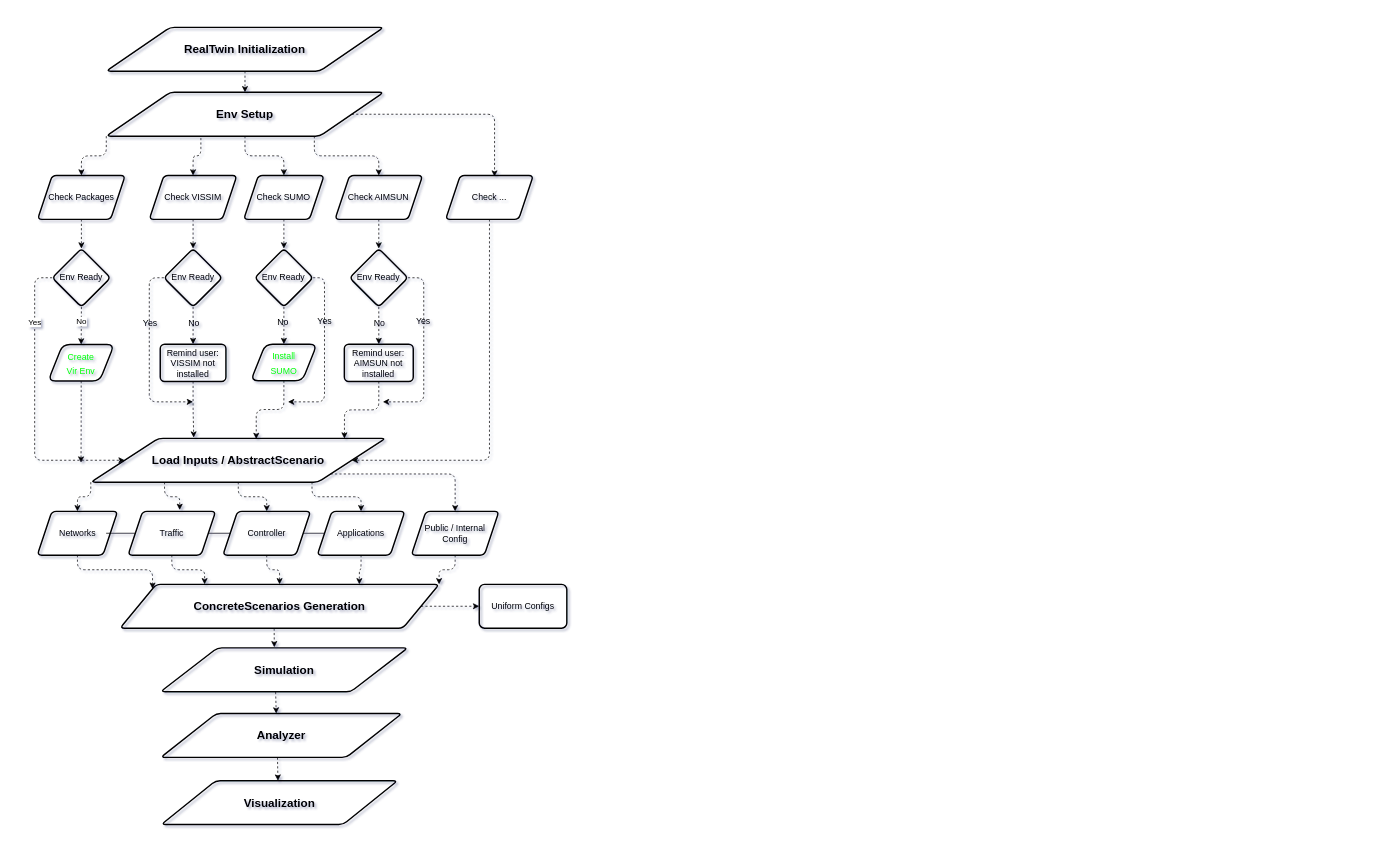
ORNL-Real-Sim/Real-Twin keeps this draw.io diagram as docs/realtwin_dev_framework.drawio. Above is the earlier version. Source tidied: cells renumbered, new cells numbered last; positions are measured from the earlier drawing's top-left corner, leaving out a move shared by most shapes. Both pictures are drawn from the tidied source at 73%, with x=0, y=0 at pixel (34, 27).
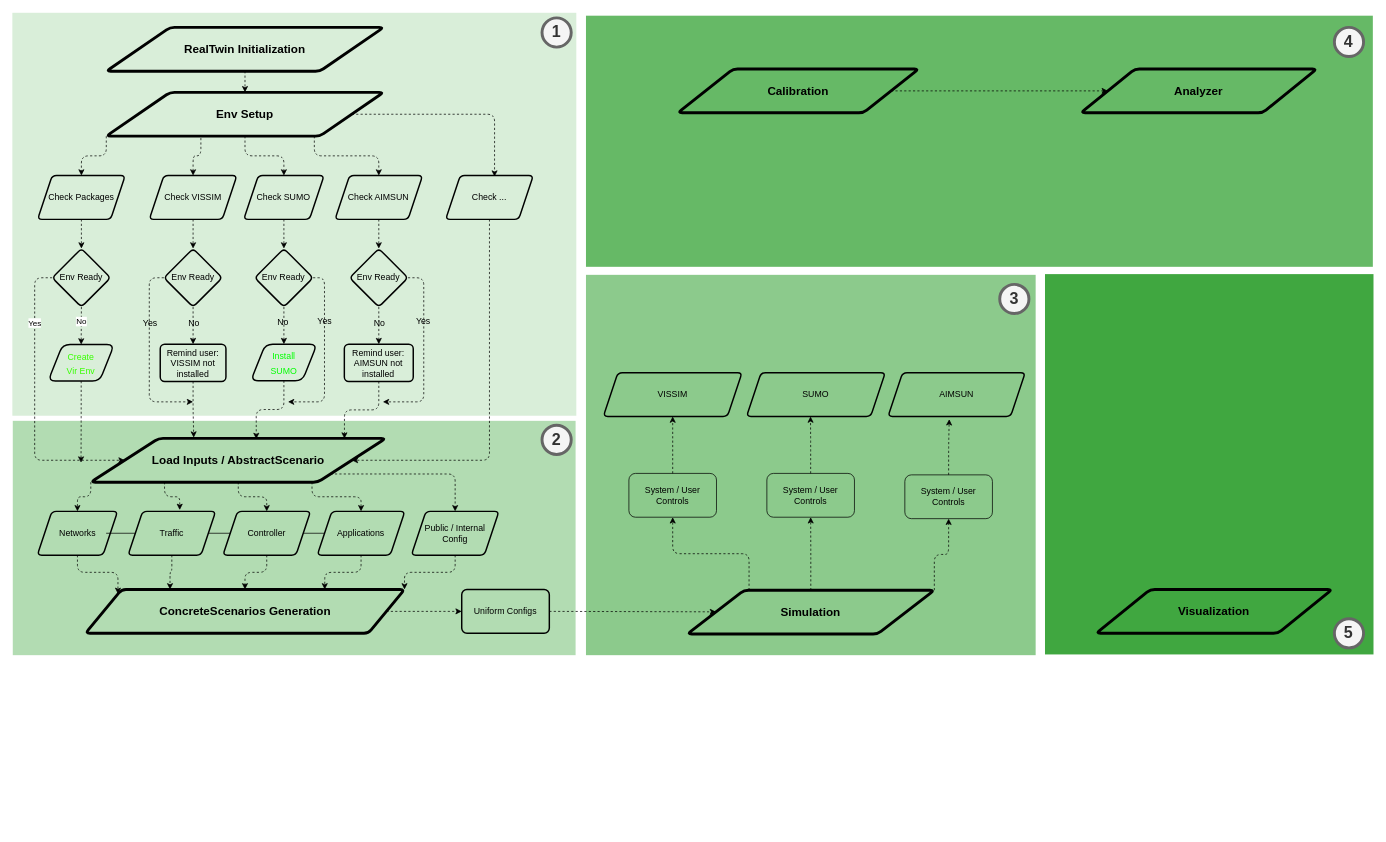
After the change.

The change refers to these unchanged cells:
```xml
<mxCell id="37" style="edgeStyle=orthogonalEdgeStyle;html=1;dashed=1;fontSize=16;endArrow=classic;endFill=1;" parent="1" edge="1" source="41" target="43">
  <mxGeometry relative="1" as="geometry" />
</mxCell>
<mxCell id="68" style="edgeStyle=orthogonalEdgeStyle;html=1;exitX=0;exitY=0.5;exitDx=0;exitDy=0;entryX=0;entryY=0.5;entryDx=0;entryDy=0;dashed=1;" parent="1" edge="1" source="70" target="13">
  <mxGeometry relative="1" as="geometry">
    <Array as="points">
      <mxPoint y="343" />
      <mxPoint y="593" />
    </Array>
  </mxGeometry>
</mxCell>
```

Change to the diagram source:
```diff
@@
-<mxGraphModel shadow="1">
+<mxGraphModel>
@@
+    <mxCell id="76" style="rounded=0;whiteSpace=wrap;html=1;strokeWidth=4;fillColor=#008a00;fontColor=#ffffff;strokeColor=none;opacity=15;" parent="1" vertex="1">
+      <mxGeometry x="-30.6" y="-20" width="772.6" height="552" as="geometry" />
+    </mxCell>
+    <mxCell id="77" style="rounded=0;whiteSpace=wrap;html=1;strokeWidth=4;fillColor=#008a00;fontColor=#ffffff;strokeColor=none;opacity=75;" parent="1" vertex="1">
+      <mxGeometry x="1384" y="338" width="450" height="521" as="geometry" />
+    </mxCell>
+    <mxCell id="78" style="rounded=0;whiteSpace=wrap;html=1;strokeWidth=4;fillColor=#008a00;fontColor=#ffffff;strokeColor=none;opacity=60;" parent="1" vertex="1">
+      <mxGeometry x="755.2" y="-16" width="1077.9" height="344" as="geometry" />
+    </mxCell>
+    <mxCell id="79" style="rounded=0;whiteSpace=wrap;html=1;strokeWidth=4;fillColor=#008a00;fontColor=#ffffff;strokeColor=none;opacity=30;" parent="1" vertex="1">
+      <mxGeometry x="-30" y="539" width="771" height="321" as="geometry" />
+    </mxCell>
+    <mxCell id="80" style="rounded=0;whiteSpace=wrap;html=1;strokeWidth=4;fillColor=#008a00;fontColor=#ffffff;strokeColor=none;opacity=45;" parent="1" vertex="1">
+      <mxGeometry x="755.2" y="339" width="616" height="521" as="geometry" />
+    </mxCell>
@@
-    <mxCell id="13" value="&lt;b&gt;&lt;font style=&quot;font-size: 16px;&quot;&gt;Load Inputs / AbstractScenario&lt;/font&gt;&lt;/b&gt;" style="shape=parallelogram;html=1;strokeWidth=2;perimeter=parallelogramPerimeter;whiteSpace=wrap;rounded=1;arcSize=12;size=0.23;fillColor=none;" parent="1" vertex="1">
+    <mxCell id="13" value="&lt;b&gt;&lt;font style=&quot;font-size: 16px;&quot;&gt;Load Inputs / AbstractScenario&lt;/font&gt;&lt;/b&gt;" style="shape=parallelogram;html=1;strokeWidth=4;perimeter=parallelogramPerimeter;whiteSpace=wrap;rounded=1;arcSize=12;size=0.23;fillColor=none;" parent="1" vertex="1">
       <mxGeometry x="76.9" y="563" width="404" height="60" as="geometry" />
     </mxCell>
@@
     <mxCell id="38" value="&lt;font style=&quot;font-size: 12px;&quot;&gt;No&lt;/font&gt;" style="edgeLabel;html=1;align=center;verticalAlign=middle;fontSize=16;backgroundOutline=0;labelBackgroundColor=none;" parent="37" vertex="1">
       <mxGeometry x="0.21" y="1" relative="1" as="geometry">
-        <mxPoint x="-1" y="-11" as="offset" />
+        <mxPoint x="-1" y="-12" as="offset" />
       </mxGeometry>
     </mxCell>
@@
-    <mxCell id="46" style="edgeStyle=none;html=1;exitX=0.483;exitY=1.009;exitDx=0;exitDy=0;entryX=0.46;entryY=-0.013;entryDx=0;entryDy=0;entryPerimeter=0;dashed=1;exitPerimeter=0;" parent="1" edge="1" source="48" target="50">
-      <mxGeometry relative="1" as="geometry" />
-    </mxCell>
@@
-    <mxCell id="48" value="&lt;b&gt;&lt;font style=&quot;font-size: 16px;&quot;&gt;ConcreteScenarios Generation&lt;/font&gt;&lt;/b&gt;" style="shape=parallelogram;html=1;strokeWidth=2;perimeter=parallelogramPerimeter;whiteSpace=wrap;rounded=1;arcSize=12;size=0.11327231121281466;fillColor=none;" parent="1" vertex="1">
-      <mxGeometry x="117" y="763" width="437" height="60" as="geometry" />
+    <mxCell id="48" value="&lt;b&gt;&lt;font style=&quot;font-size: 16px;&quot;&gt;ConcreteScenarios Generation&lt;/font&gt;&lt;/b&gt;" style="shape=parallelogram;html=1;strokeWidth=4;perimeter=parallelogramPerimeter;whiteSpace=wrap;rounded=1;arcSize=12;size=0.11327231121281466;fillColor=none;" parent="1" vertex="1">
+      <mxGeometry x="69.6" y="770" width="437" height="60" as="geometry" />
     </mxCell>
-    <mxCell id="49" style="edgeStyle=none;html=1;exitX=0.486;exitY=1.008;exitDx=0;exitDy=0;entryX=0.5;entryY=0;entryDx=0;entryDy=0;dashed=1;exitPerimeter=0;" parent="1" edge="1">
-      <mxGeometry relative="1" as="geometry">
-        <mxPoint x="330.1" y="910.5" as="sourcePoint" />
-        <mxPoint x="330.9" y="940" as="targetPoint" />
-      </mxGeometry>
-    </mxCell>
-    <mxCell id="50" value="&lt;b&gt;&lt;font style=&quot;font-size: 16px;&quot;&gt;Simulation&lt;/font&gt;&lt;/b&gt;" style="shape=parallelogram;html=1;strokeWidth=2;perimeter=parallelogramPerimeter;whiteSpace=wrap;rounded=1;arcSize=12;size=0.23;fillColor=none;" parent="1" vertex="1">
-      <mxGeometry x="172.6" y="850" width="338.4" height="60" as="geometry" />
-    </mxCell>
-    <mxCell id="51" style="edgeStyle=none;html=1;exitX=0.49;exitY=1.004;exitDx=0;exitDy=0;entryX=0.5;entryY=0;entryDx=0;entryDy=0;dashed=1;exitPerimeter=0;" parent="1" edge="1">
-      <mxGeometry relative="1" as="geometry">
-        <mxPoint x="332.6" y="1000.2" as="sourcePoint" />
-        <mxPoint x="333.3" y="1032" as="targetPoint" />
-      </mxGeometry>
-    </mxCell>
-    <mxCell id="52" value="&lt;b&gt;&lt;font style=&quot;font-size: 16px;&quot;&gt;Analyzer&lt;/font&gt;&lt;/b&gt;" style="shape=parallelogram;html=1;strokeWidth=2;perimeter=parallelogramPerimeter;whiteSpace=wrap;rounded=1;arcSize=12;size=0.23;fillColor=none;" parent="1" vertex="1">
-      <mxGeometry x="172.9" y="940" width="330.1" height="60" as="geometry" />
-    </mxCell>
-    <mxCell id="53" value="&lt;b&gt;&lt;font style=&quot;font-size: 16px;&quot;&gt;Visualization&lt;/font&gt;&lt;/b&gt;" style="shape=parallelogram;html=1;strokeWidth=2;perimeter=parallelogramPerimeter;whiteSpace=wrap;rounded=1;arcSize=12;size=0.23;fillColor=none;" parent="1" vertex="1">
-      <mxGeometry x="173.6" y="1032" width="323.4" height="60" as="geometry" />
-    </mxCell>
@@
-    <mxCell id="59" value="&lt;b&gt;&lt;font style=&quot;font-size: 16px;&quot;&gt;Env Setup&lt;/font&gt;&lt;/b&gt;" style="shape=parallelogram;html=1;strokeWidth=2;perimeter=parallelogramPerimeter;whiteSpace=wrap;rounded=1;arcSize=12;size=0.23;fillColor=none;" parent="1" vertex="1">
+    <mxCell id="59" value="&lt;b&gt;&lt;font style=&quot;font-size: 16px;&quot;&gt;Env Setup&lt;/font&gt;&lt;/b&gt;" style="shape=parallelogram;html=1;strokeWidth=4;perimeter=parallelogramPerimeter;whiteSpace=wrap;rounded=1;arcSize=12;size=0.23;fillColor=none;" parent="1" vertex="1">
       <mxGeometry x="98.1" y="89" width="380" height="60" as="geometry" />
     </mxCell>
@@
-    <mxCell id="61" value="&lt;b&gt;&lt;font style=&quot;font-size: 16px;&quot;&gt;RealTwin Initialization&lt;/font&gt;&lt;/b&gt;" style="shape=parallelogram;html=1;strokeWidth=2;perimeter=parallelogramPerimeter;whiteSpace=wrap;rounded=1;arcSize=12;size=0.23;fillColor=none;" parent="1" vertex="1">
+    <mxCell id="61" value="&lt;b&gt;&lt;font style=&quot;font-size: 16px;&quot;&gt;RealTwin Initialization&lt;/font&gt;&lt;/b&gt;" style="shape=parallelogram;html=1;strokeWidth=4;perimeter=parallelogramPerimeter;whiteSpace=wrap;rounded=1;arcSize=12;size=0.23;fillColor=none;" parent="1" vertex="1">
       <mxGeometry x="98.1" width="380" height="60" as="geometry" />
     </mxCell>
@@
     <mxCell id="69" value="Yes" style="edgeLabel;html=1;align=center;verticalAlign=middle;" parent="68" vertex="1">
       <mxGeometry x="-0.29" relative="1" as="geometry">
-        <mxPoint x="-1" y="-57" as="offset" />
+        <mxPoint x="-1" y="-56" as="offset" />
       </mxGeometry>
     </mxCell>
@@
-    <mxCell id="72" value="&lt;span style=&quot;font-size: 12px;&quot;&gt;&lt;font color=&quot;#00ff00&quot;&gt;Create &lt;br&gt;Vir Env&lt;/font&gt;&lt;/span&gt;" style="shape=parallelogram;perimeter=parallelogramPerimeter;whiteSpace=wrap;html=1;fixedSize=1;fontSize=16;fillColor=none;rounded=1;strokeWidth=2;" parent="1" vertex="1">
+    <mxCell id="72" value="&lt;span style=&quot;font-size: 12px;&quot;&gt;&lt;font color=&quot;#37ff00&quot;&gt;Create &lt;br&gt;Vir Env&lt;/font&gt;&lt;/span&gt;" style="shape=parallelogram;perimeter=parallelogramPerimeter;whiteSpace=wrap;html=1;fixedSize=1;fontSize=16;fillColor=none;rounded=1;strokeWidth=2;" parent="1" vertex="1">
       <mxGeometry x="18.4" y="434.5" width="90.6" height="50" as="geometry" />
     </mxCell>
@@
+    <mxCell id="81" style="edgeStyle=none;html=1;exitX=1;exitY=0.5;exitDx=0;exitDy=0;dashed=1;" parent="1" edge="1" source="75" target="50">
+      <mxGeometry relative="1" as="geometry" />
+    </mxCell>
     <mxCell id="75" value="Uniform Configs" style="whiteSpace=wrap;html=1;fillColor=none;strokeWidth=2;rounded=1;arcSize=12;" parent="1" vertex="1">
-      <mxGeometry x="609" y="763" width="120" height="60" as="geometry" />
+      <mxGeometry x="585" y="770" width="120" height="60" as="geometry" />
     </mxCell>
+    <mxCell id="82" style="edgeStyle=orthogonalEdgeStyle;html=1;exitX=0.25;exitY=0;exitDx=0;exitDy=0;dashed=1;" parent="1" edge="1" source="50" target="91">
+      <mxGeometry relative="1" as="geometry" />
+    </mxCell>
+    <mxCell id="83" style="edgeStyle=orthogonalEdgeStyle;html=1;exitX=1;exitY=0;exitDx=0;exitDy=0;entryX=0.5;entryY=1;entryDx=0;entryDy=0;dashed=1;" parent="1" edge="1" source="50" target="95">
+      <mxGeometry relative="1" as="geometry" />
+    </mxCell>
+    <mxCell id="84" style="edgeStyle=orthogonalEdgeStyle;html=1;exitX=0.5;exitY=0;exitDx=0;exitDy=0;entryX=0.5;entryY=1;entryDx=0;entryDy=0;dashed=1;" parent="1" edge="1" source="50" target="93">
+      <mxGeometry relative="1" as="geometry" />
+    </mxCell>
+    <mxCell id="50" value="&lt;b&gt;&lt;font style=&quot;font-size: 16px;&quot;&gt;Simulation&lt;/font&gt;&lt;/b&gt;" style="shape=parallelogram;html=1;strokeWidth=4;perimeter=parallelogramPerimeter;whiteSpace=wrap;rounded=1;arcSize=12;size=0.23;fillColor=none;" parent="1" vertex="1">
+      <mxGeometry x="894" y="771" width="338.4" height="60" as="geometry" />
+    </mxCell>
+    <mxCell id="85" value="SUMO" style="shape=parallelogram;perimeter=parallelogramPerimeter;whiteSpace=wrap;html=1;fixedSize=1;strokeWidth=2;rounded=1;arcSize=12;fillColor=none;" parent="1" vertex="1">
+      <mxGeometry x="975.2" y="473" width="190" height="60" as="geometry" />
+    </mxCell>
+    <mxCell id="86" value="VISSIM" style="shape=parallelogram;perimeter=parallelogramPerimeter;whiteSpace=wrap;html=1;fixedSize=1;strokeWidth=2;rounded=1;arcSize=12;fillColor=none;" parent="1" vertex="1">
+      <mxGeometry x="779" y="473" width="190" height="60" as="geometry" />
+    </mxCell>
+    <mxCell id="87" value="AIMSUN" style="shape=parallelogram;perimeter=parallelogramPerimeter;whiteSpace=wrap;html=1;fixedSize=1;strokeWidth=2;rounded=1;arcSize=12;fillColor=none;" parent="1" vertex="1">
+      <mxGeometry x="1169" y="473" width="187.9" height="60" as="geometry" />
+    </mxCell>
+    <mxCell id="88" style="edgeStyle=none;html=1;exitX=1;exitY=0.5;exitDx=0;exitDy=0;entryX=0;entryY=0.5;entryDx=0;entryDy=0;dashed=1;" parent="1" edge="1" source="89" target="52">
+      <mxGeometry relative="1" as="geometry" />
+    </mxCell>
+    <mxCell id="89" value="&lt;b&gt;&lt;font style=&quot;font-size: 16px;&quot;&gt;Calibration&lt;/font&gt;&lt;/b&gt;" style="shape=parallelogram;html=1;strokeWidth=4;perimeter=parallelogramPerimeter;whiteSpace=wrap;rounded=1;arcSize=12;size=0.23;fillColor=none;" parent="1" vertex="1">
+      <mxGeometry x="881" y="57" width="330.1" height="60" as="geometry" />
+    </mxCell>
+    <mxCell id="52" value="&lt;b&gt;&lt;font style=&quot;font-size: 16px;&quot;&gt;Analyzer&lt;/font&gt;&lt;/b&gt;" style="shape=parallelogram;html=1;strokeWidth=4;perimeter=parallelogramPerimeter;whiteSpace=wrap;rounded=1;arcSize=12;size=0.23;fillColor=none;" parent="1" vertex="1">
+      <mxGeometry x="1433" y="57" width="323.4" height="60" as="geometry" />
+    </mxCell>
+    <mxCell id="53" value="&lt;b&gt;&lt;font style=&quot;font-size: 16px;&quot;&gt;Visualization&lt;/font&gt;&lt;/b&gt;" style="shape=parallelogram;html=1;strokeWidth=4;perimeter=parallelogramPerimeter;whiteSpace=wrap;rounded=1;arcSize=12;size=0.23;fillColor=none;" parent="1" vertex="1">
+      <mxGeometry x="1454" y="770" width="323.4" height="60" as="geometry" />
+    </mxCell>
+    <mxCell id="90" style="edgeStyle=orthogonalEdgeStyle;html=1;exitX=0.5;exitY=0;exitDx=0;exitDy=0;entryX=0.5;entryY=1;entryDx=0;entryDy=0;dashed=1;" parent="1" edge="1" source="91" target="86">
+      <mxGeometry relative="1" as="geometry" />
+    </mxCell>
+    <mxCell id="91" value="System / User Controls" style="rounded=1;whiteSpace=wrap;html=1;fillColor=none;" parent="1" vertex="1">
+      <mxGeometry x="814" y="611" width="120" height="60" as="geometry" />
+    </mxCell>
+    <mxCell id="92" style="edgeStyle=orthogonalEdgeStyle;html=1;exitX=0.5;exitY=0;exitDx=0;exitDy=0;entryX=0.461;entryY=1;entryDx=0;entryDy=0;entryPerimeter=0;dashed=1;" parent="1" edge="1" source="93" target="85">
+      <mxGeometry relative="1" as="geometry" />
+    </mxCell>
+    <mxCell id="93" value="System / User Controls" style="rounded=1;whiteSpace=wrap;html=1;fillColor=none;" parent="1" vertex="1">
+      <mxGeometry x="1003" y="611" width="120" height="60" as="geometry" />
+    </mxCell>
+    <mxCell id="94" style="edgeStyle=orthogonalEdgeStyle;html=1;exitX=0.5;exitY=0;exitDx=0;exitDy=0;entryX=0.446;entryY=1.063;entryDx=0;entryDy=0;entryPerimeter=0;dashed=1;" parent="1" edge="1" source="95" target="87">
+      <mxGeometry relative="1" as="geometry" />
+    </mxCell>
+    <mxCell id="95" value="System / User Controls" style="rounded=1;whiteSpace=wrap;html=1;fillColor=none;" parent="1" vertex="1">
+      <mxGeometry x="1192" y="613" width="120" height="60" as="geometry" />
+    </mxCell>
+    <mxCell id="96" value="&lt;b&gt;&lt;font style=&quot;font-size: 22px;&quot;&gt;1&lt;/font&gt;&lt;/b&gt;" style="ellipse;whiteSpace=wrap;html=1;sketch=0;strokeWidth=4;fontColor=#333333;fillColor=#f5f5f5;strokeColor=#666666;" parent="1" vertex="1">
+      <mxGeometry x="695" y="-13" width="40" height="40" as="geometry" />
+    </mxCell>
+    <mxCell id="97" value="&lt;b&gt;&lt;font style=&quot;font-size: 22px;&quot;&gt;2&lt;/font&gt;&lt;/b&gt;" style="ellipse;whiteSpace=wrap;html=1;sketch=0;strokeWidth=4;fontColor=#333333;fillColor=#f5f5f5;strokeColor=#666666;" parent="1" vertex="1">
+      <mxGeometry x="695" y="545" width="40" height="40" as="geometry" />
+    </mxCell>
+    <mxCell id="98" value="&lt;b&gt;&lt;font style=&quot;font-size: 22px;&quot;&gt;5&lt;/font&gt;&lt;/b&gt;" style="ellipse;whiteSpace=wrap;html=1;sketch=0;strokeWidth=4;fontColor=#333333;fillColor=#f5f5f5;strokeColor=#666666;" parent="1" vertex="1">
+      <mxGeometry x="1780.4" y="810" width="40" height="40" as="geometry" />
+    </mxCell>
+    <mxCell id="99" value="&lt;b&gt;&lt;font style=&quot;font-size: 22px;&quot;&gt;3&lt;/font&gt;&lt;/b&gt;" style="ellipse;whiteSpace=wrap;html=1;sketch=0;strokeWidth=4;fontColor=#333333;fillColor=#f5f5f5;strokeColor=#666666;" parent="1" vertex="1">
+      <mxGeometry x="1322" y="352" width="40" height="40" as="geometry" />
+    </mxCell>
+    <mxCell id="100" value="&lt;b&gt;&lt;font style=&quot;font-size: 22px;&quot;&gt;4&lt;/font&gt;&lt;/b&gt;" style="ellipse;whiteSpace=wrap;html=1;sketch=0;strokeWidth=4;fontColor=#333333;fillColor=#f5f5f5;strokeColor=#666666;" parent="1" vertex="1">
+      <mxGeometry x="1780.4" width="40" height="40" as="geometry" />
+    </mxCell>
```
